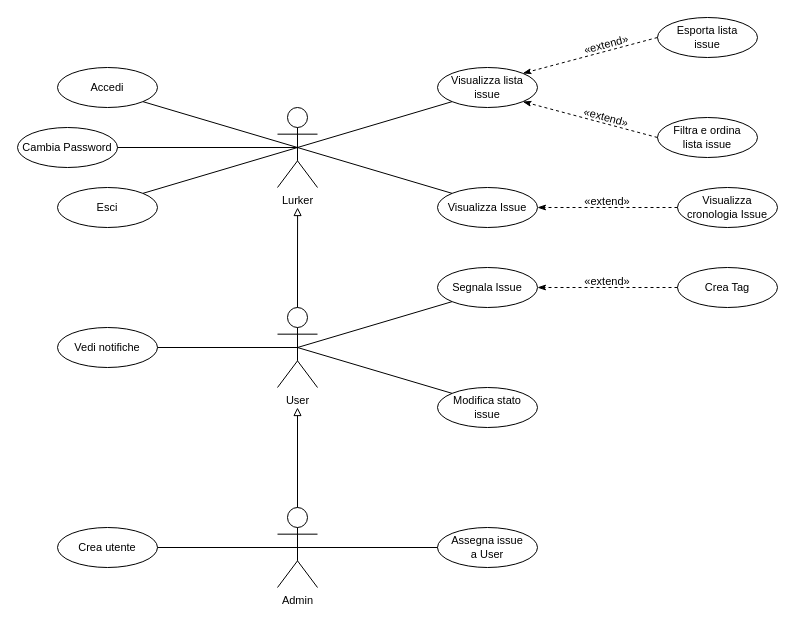
Alessandro-uni/BugBoard26 keeps this draw.io diagram as Documentazione/use_cases/Unified use cases/use_cases.drawio. Above is the earlier version. Source tidied: cells renumbered, new cells numbered last; positions are measured from the earlier drawing's top-left corner, leaving out a move shared by most shapes. Both pictures are drawn from the tidied source at 100%, with x=0, y=0 at pixel (17, 17).
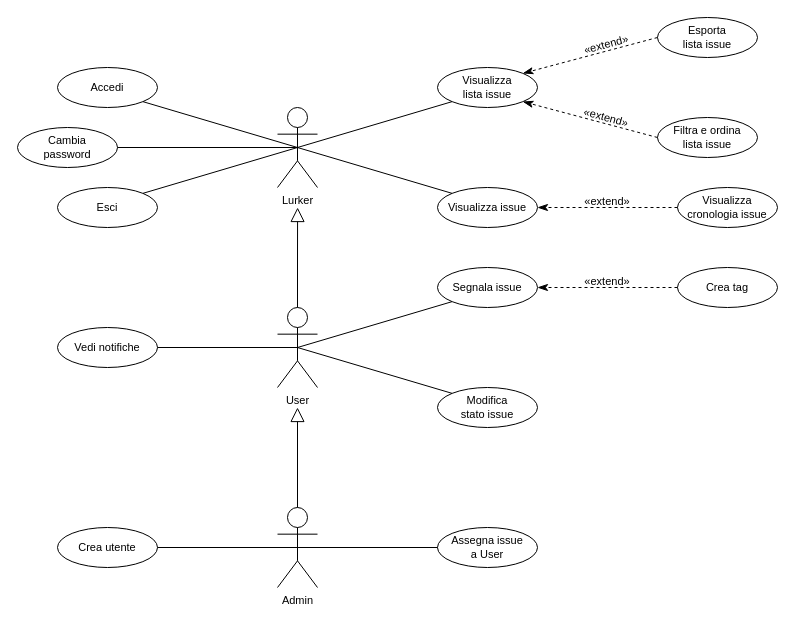
Above is the later version.

Commit message (it also covers changes not shown here):
use cases

Unchanged cells that the change refers to:
```xml
<mxCell id="11" value="User" style="shape=umlActor;verticalLabelPosition=bottom;verticalAlign=top;html=1;outlineConnect=0;fontStyle=0;fontSize=11;labelBackgroundColor=none;fillColor=none;" parent="1" vertex="1">
  <mxGeometry x="260" y="290" width="40" height="80" as="geometry" />
</mxCell>
<mxCell id="15" value="Admin" style="shape=umlActor;verticalLabelPosition=bottom;verticalAlign=top;html=1;outlineConnect=0;fontStyle=0;fontSize=11;labelBackgroundColor=none;fillColor=none;" parent="1" vertex="1">
  <mxGeometry x="260" y="490" width="40" height="80" as="geometry" />
</mxCell>
<mxCell id="26" value="Filtra e ordina&lt;br&gt;lista issue" style="ellipse;whiteSpace=wrap;html=1;align=center;fontStyle=0;fontSize=11;labelBackgroundColor=none;fillColor=none;" parent="1" vertex="1">
  <mxGeometry x="640" y="100" width="100" height="40" as="geometry" />
</mxCell>
```

The edit, as a diff of the source:
```diff
@@
-    <mxCell id="10" style="edgeStyle=orthogonalEdgeStyle;rounded=0;jettySize=auto;html=1;exitX=0.5;exitY=0;exitDx=0;exitDy=0;exitPerimeter=0;endArrow=block;endFill=0;labelBackgroundColor=default;curved=0;endSize=6;fontStyle=0;fontSize=11;" parent="1" edge="1" source="11">
+    <mxCell id="10" style="edgeStyle=orthogonalEdgeStyle;rounded=0;jettySize=auto;html=1;exitX=0.5;exitY=0;exitDx=0;exitDy=0;exitPerimeter=0;endArrow=block;endFill=0;labelBackgroundColor=default;curved=0;endSize=12;fontStyle=0;fontSize=11;" parent="1" edge="1" source="11">
       <mxGeometry relative="1" as="geometry">
         <mxPoint x="280.1" y="190" as="targetPoint" />
       </mxGeometry>
     </mxCell>
@@
-    <mxCell id="14" style="rounded=0;jettySize=auto;html=1;exitX=0.5;exitY=0;exitDx=0;exitDy=0;exitPerimeter=0;endArrow=block;endFill=0;labelBackgroundColor=default;curved=0;endSize=6;fontStyle=0;fontSize=11;" parent="1" edge="1" source="15">
+    <mxCell id="14" style="rounded=0;jettySize=auto;html=1;exitX=0.5;exitY=0;exitDx=0;exitDy=0;exitPerimeter=0;endArrow=block;endFill=0;labelBackgroundColor=default;curved=0;endSize=12;fontStyle=0;fontSize=11;" parent="1" edge="1" source="15">
       <mxGeometry relative="1" as="geometry">
         <mxPoint x="280" y="390" as="targetPoint" />
       </mxGeometry>
     </mxCell>
@@
-    <mxCell id="18" value="Segnala Issue" style="ellipse;whiteSpace=wrap;html=1;align=center;fontStyle=0;fontSize=11;labelBackgroundColor=none;fillColor=none;" parent="1" vertex="1">
+    <mxCell id="18" value="Segnala issue" style="ellipse;whiteSpace=wrap;html=1;align=center;fontStyle=0;fontSize=11;labelBackgroundColor=none;fillColor=none;" parent="1" vertex="1">
       <mxGeometry x="420" y="250" width="100" height="40" as="geometry" />
     </mxCell>
-    <mxCell id="19" style="rounded=0;jettySize=auto;html=1;exitX=0;exitY=0.5;exitDx=0;exitDy=0;entryX=1;entryY=0.5;entryDx=0;entryDy=0;fontStyle=0;fontSize=11;dashed=1;labelBackgroundColor=default;endArrow=classicThin;endFill=1;" parent="1" edge="1" source="20" target="18">
+    <mxCell id="19" style="rounded=0;jettySize=auto;html=1;exitX=0;exitY=0.5;exitDx=0;exitDy=0;entryX=1;entryY=0.5;entryDx=0;entryDy=0;fontStyle=0;fontSize=11;dashed=1;labelBackgroundColor=default;endArrow=classicThin;endFill=1;endSize=8;" parent="1" edge="1" source="20" target="18">
       <mxGeometry relative="1" as="geometry" />
     </mxCell>
-    <mxCell id="20" value="Crea Tag" style="ellipse;whiteSpace=wrap;html=1;align=center;fontStyle=0;fontSize=11;labelBackgroundColor=none;fillColor=none;" parent="1" vertex="1">
+    <mxCell id="20" value="Crea tag" style="ellipse;whiteSpace=wrap;html=1;align=center;fontStyle=0;fontSize=11;labelBackgroundColor=none;fillColor=none;" parent="1" vertex="1">
       <mxGeometry x="660" y="250" width="100" height="40" as="geometry" />
     </mxCell>
@@
-    <mxCell id="22" value="Visualizza lista&lt;br&gt;issue" style="ellipse;whiteSpace=wrap;html=1;align=center;fontStyle=0;fontSize=11;labelBackgroundColor=none;fillColor=none;" parent="1" vertex="1">
+    <mxCell id="22" value="Visualizza&lt;div&gt;lista issue&lt;/div&gt;" style="ellipse;whiteSpace=wrap;html=1;align=center;fontStyle=0;fontSize=11;labelBackgroundColor=none;fillColor=none;" parent="1" vertex="1">
       <mxGeometry x="420" y="50" width="100" height="40" as="geometry" />
     </mxCell>
-    <mxCell id="23" style="rounded=0;jettySize=auto;html=1;exitX=0;exitY=0.5;exitDx=0;exitDy=0;entryX=1;entryY=0;entryDx=0;entryDy=0;fontStyle=0;fontSize=11;dashed=1;labelBackgroundColor=default;endArrow=classicThin;endFill=1;" parent="1" edge="1" source="24" target="22">
+    <mxCell id="23" style="rounded=0;jettySize=auto;html=1;exitX=0;exitY=0.5;exitDx=0;exitDy=0;entryX=1;entryY=0;entryDx=0;entryDy=0;fontStyle=0;fontSize=11;dashed=1;labelBackgroundColor=default;endArrow=classicThin;endFill=1;endSize=8;" parent="1" edge="1" source="24" target="22">
       <mxGeometry x="-0.22" y="-17" relative="1" as="geometry" />
     </mxCell>
-    <mxCell id="24" value="Esporta lista&lt;br&gt;issue" style="ellipse;whiteSpace=wrap;html=1;align=center;fontStyle=0;fontSize=11;labelBackgroundColor=none;fillColor=none;" parent="1" vertex="1">
+    <mxCell id="24" value="Esporta&lt;div&gt;lista issue&lt;/div&gt;" style="ellipse;whiteSpace=wrap;html=1;align=center;fontStyle=0;fontSize=11;labelBackgroundColor=none;fillColor=none;" parent="1" vertex="1">
       <mxGeometry x="640" width="100" height="40" as="geometry" />
     </mxCell>
-    <mxCell id="25" style="rounded=0;jettySize=auto;html=1;exitX=0;exitY=0.5;exitDx=0;exitDy=0;entryX=1;entryY=1;entryDx=0;entryDy=0;fontStyle=0;fontSize=11;dashed=1;jumpSize=6;jumpStyle=none;labelBackgroundColor=default;endArrow=classicThin;endFill=1;" parent="1" edge="1" source="26" target="22">
+    <mxCell id="25" style="rounded=0;jettySize=auto;html=1;exitX=0;exitY=0.5;exitDx=0;exitDy=0;entryX=1;entryY=1;entryDx=0;entryDy=0;fontStyle=0;fontSize=11;dashed=1;jumpSize=6;jumpStyle=none;labelBackgroundColor=default;endArrow=classicThin;endFill=1;endSize=8;" parent="1" edge="1" source="26" target="22">
       <mxGeometry relative="1" as="geometry" />
     </mxCell>
@@
-    <mxCell id="27" value="Visualizza Issue" style="ellipse;whiteSpace=wrap;html=1;align=center;fontStyle=0;fontSize=11;labelBackgroundColor=none;fillColor=none;" parent="1" vertex="1">
+    <mxCell id="27" value="Visualizza issue" style="ellipse;whiteSpace=wrap;html=1;align=center;fontStyle=0;fontSize=11;labelBackgroundColor=none;fillColor=none;" parent="1" vertex="1">
       <mxGeometry x="420" y="170" width="100" height="40" as="geometry" />
     </mxCell>
-    <mxCell id="28" style="rounded=0;jettySize=auto;html=1;exitX=0;exitY=0.5;exitDx=0;exitDy=0;entryX=1;entryY=0.5;entryDx=0;entryDy=0;fontSize=11;dashed=1;labelBackgroundColor=default;endArrow=classicThin;endFill=1;fontStyle=0;" parent="1" edge="1" source="29" target="27">
+    <mxCell id="28" style="rounded=0;jettySize=auto;html=1;exitX=0;exitY=0.5;exitDx=0;exitDy=0;entryX=1;entryY=0.5;entryDx=0;entryDy=0;fontSize=11;dashed=1;labelBackgroundColor=default;endArrow=classicThin;endFill=1;fontStyle=0;endSize=8;" parent="1" edge="1" source="29" target="27">
       <mxGeometry relative="1" as="geometry" />
     </mxCell>
-    <mxCell id="29" value="Visualizza&lt;br&gt;cronologia Issue" style="ellipse;whiteSpace=wrap;html=1;align=center;fontStyle=0;fontSize=11;labelBackgroundColor=none;fillColor=none;" parent="1" vertex="1">
+    <mxCell id="29" value="Visualizza&lt;br&gt;cronologia issue" style="ellipse;whiteSpace=wrap;html=1;align=center;fontStyle=0;fontSize=11;labelBackgroundColor=none;fillColor=none;" parent="1" vertex="1">
       <mxGeometry x="660" y="170" width="100" height="40" as="geometry" />
     </mxCell>
-    <mxCell id="30" value="Cambia Password" style="ellipse;whiteSpace=wrap;html=1;align=center;fontStyle=0;fontSize=11;labelBackgroundColor=none;fillColor=none;" parent="1" vertex="1">
+    <mxCell id="30" value="Cambia&lt;div&gt;password&lt;/div&gt;" style="ellipse;whiteSpace=wrap;html=1;align=center;fontStyle=0;fontSize=11;labelBackgroundColor=none;fillColor=none;" parent="1" vertex="1">
       <mxGeometry y="110" width="100" height="40" as="geometry" />
     </mxCell>
@@
-    <mxCell id="33" value="Modifica stato&lt;br&gt;issue" style="ellipse;whiteSpace=wrap;html=1;align=center;fontStyle=0;fontSize=11;labelBackgroundColor=none;fillColor=none;" parent="1" vertex="1">
+    <mxCell id="33" value="Modifica&lt;br&gt;stato issue" style="ellipse;whiteSpace=wrap;html=1;align=center;fontStyle=0;fontSize=11;labelBackgroundColor=none;fillColor=none;" parent="1" vertex="1">
       <mxGeometry x="420" y="370" width="100" height="40" as="geometry" />
     </mxCell>
```
